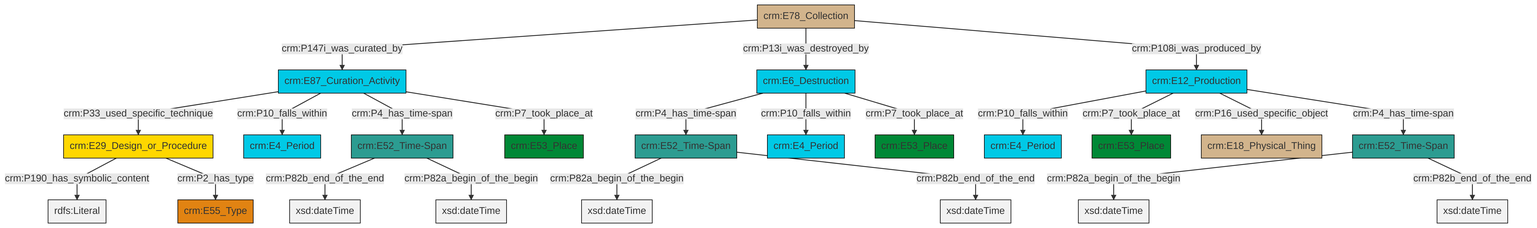
swiss-art-research-net/docs.swissartresearch keeps this Mermaid diagram as et/archivalCSV/ttl/mmd/png/archival_existence.png. Above is the earlier version. Its source is kept beside it as et/archivalCSV/ttl/mmd/archival_existence.ttl.mmd.
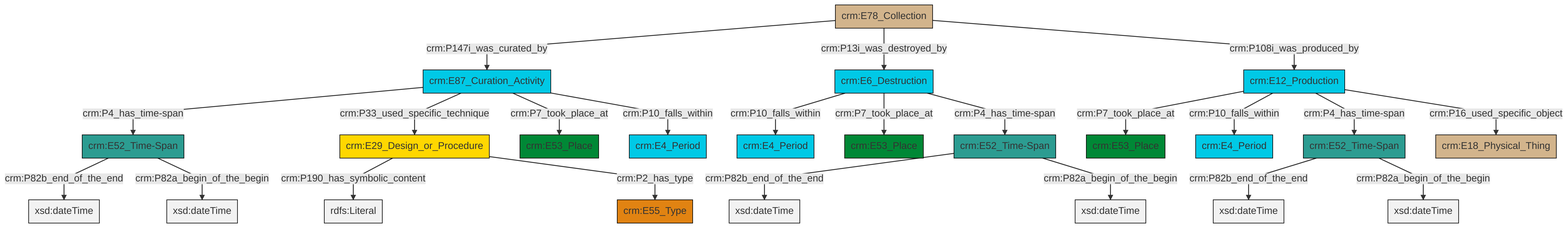
The same diagram one commit later.

The edit, as a diff of the source:
```diff
@@ -13,25 +13,25 @@
 classDef PC_Classes fill:#4ce600, stroke:#000000;
 classDef Multi fill:#cccccc,stroke:#000000;
 
-2["crm:E6_Destruction"]:::Temporal_Entity -->|crm:P4_has_time-span| 3["crm:E52_Time-Span"]:::Time-Span
-4["crm:E52_Time-Span"]:::Time-Span -->|crm:P82a_begin_of_the_begin| 5[xsd:dateTime]:::Literal
-6["crm:E52_Time-Span"]:::Time-Span -->|crm:P82b_end_of_the_end| 7[xsd:dateTime]:::Literal
-3["crm:E52_Time-Span"]:::Time-Span -->|crm:P82a_begin_of_the_begin| 9[xsd:dateTime]:::Literal
-4["crm:E52_Time-Span"]:::Time-Span -->|crm:P82b_end_of_the_end| 12[xsd:dateTime]:::Literal
-16["crm:E87_Curation_Activity"]:::Temporal_Entity -->|crm:P33_used_specific_technique| 17["crm:E29_Design_or_Procedure"]:::Conceptual_Object
-20["crm:E78_Collection"]:::Physical_Thing -->|crm:P147i_was_curated_by| 16["crm:E87_Curation_Activity"]:::Temporal_Entity
-16["crm:E87_Curation_Activity"]:::Temporal_Entity -->|crm:P10_falls_within| 21["crm:E4_Period"]:::Temporal_Entity
-3["crm:E52_Time-Span"]:::Time-Span -->|crm:P82b_end_of_the_end| 23[xsd:dateTime]:::Literal
-16["crm:E87_Curation_Activity"]:::Temporal_Entity -->|crm:P4_has_time-span| 6["crm:E52_Time-Span"]:::Time-Span
-20["crm:E78_Collection"]:::Physical_Thing -->|crm:P13i_was_destroyed_by| 2["crm:E6_Destruction"]:::Temporal_Entity
-2["crm:E6_Destruction"]:::Temporal_Entity -->|crm:P10_falls_within| 18["crm:E4_Period"]:::Temporal_Entity
-2["crm:E6_Destruction"]:::Temporal_Entity -->|crm:P7_took_place_at| 24["crm:E53_Place"]:::Place
-6["crm:E52_Time-Span"]:::Time-Span -->|crm:P82a_begin_of_the_begin| 30[xsd:dateTime]:::Literal
-17["crm:E29_Design_or_Procedure"]:::Conceptual_Object -->|crm:P190_has_symbolic_content| 33[rdfs:Literal]:::Literal
-17["crm:E29_Design_or_Procedure"]:::Conceptual_Object -->|crm:P2_has_type| 10["crm:E55_Type"]:::Type
-13["crm:E12_Production"]:::Temporal_Entity -->|crm:P10_falls_within| 26["crm:E4_Period"]:::Temporal_Entity
-13["crm:E12_Production"]:::Temporal_Entity -->|crm:P7_took_place_at| 34["crm:E53_Place"]:::Place
-13["crm:E12_Production"]:::Temporal_Entity -->|crm:P16_used_specific_object| 31["crm:E18_Physical_Thing"]:::Physical_Thing
-16["crm:E87_Curation_Activity"]:::Temporal_Entity -->|crm:P7_took_place_at| 0["crm:E53_Place"]:::Place
-13["crm:E12_Production"]:::Temporal_Entity -->|crm:P4_has_time-span| 4["crm:E52_Time-Span"]:::Time-Span
-20["crm:E78_Collection"]:::Physical_Thing -->|crm:P108i_was_produced_by| 13["crm:E12_Production"]:::Temporal_Entity
+0["crm:E12_Production"]:::Temporal_Entity -->|crm:P7_took_place_at| 1["crm:E53_Place"]:::Place
+2["crm:E29_Design_or_Procedure"]:::Conceptual_Object -->|crm:P190_has_symbolic_content| 4[rdfs:Literal]:::Literal
+5["crm:E6_Destruction"]:::Temporal_Entity -->|crm:P10_falls_within| 7["crm:E4_Period"]:::Temporal_Entity
+14["crm:E78_Collection"]:::Physical_Thing -->|crm:P147i_was_curated_by| 15["crm:E87_Curation_Activity"]:::Temporal_Entity
+18["crm:E52_Time-Span"]:::Time-Span -->|crm:P82b_end_of_the_end| 19[xsd:dateTime]:::Literal
+0["crm:E12_Production"]:::Temporal_Entity -->|crm:P10_falls_within| 20["crm:E4_Period"]:::Temporal_Entity
+0["crm:E12_Production"]:::Temporal_Entity -->|crm:P4_has_time-span| 10["crm:E52_Time-Span"]:::Time-Span
+14["crm:E78_Collection"]:::Physical_Thing -->|crm:P13i_was_destroyed_by| 5["crm:E6_Destruction"]:::Temporal_Entity
+5["crm:E6_Destruction"]:::Temporal_Entity -->|crm:P7_took_place_at| 21["crm:E53_Place"]:::Place
+18["crm:E52_Time-Span"]:::Time-Span -->|crm:P82a_begin_of_the_begin| 22[xsd:dateTime]:::Literal
+5["crm:E6_Destruction"]:::Temporal_Entity -->|crm:P4_has_time-span| 8["crm:E52_Time-Span"]:::Time-Span
+8["crm:E52_Time-Span"]:::Time-Span -->|crm:P82b_end_of_the_end| 26[xsd:dateTime]:::Literal
+14["crm:E78_Collection"]:::Physical_Thing -->|crm:P108i_was_produced_by| 0["crm:E12_Production"]:::Temporal_Entity
+8["crm:E52_Time-Span"]:::Time-Span -->|crm:P82a_begin_of_the_begin| 30[xsd:dateTime]:::Literal
+10["crm:E52_Time-Span"]:::Time-Span -->|crm:P82b_end_of_the_end| 34[xsd:dateTime]:::Literal
+15["crm:E87_Curation_Activity"]:::Temporal_Entity -->|crm:P4_has_time-span| 18["crm:E52_Time-Span"]:::Time-Span
+15["crm:E87_Curation_Activity"]:::Temporal_Entity -->|crm:P33_used_specific_technique| 2["crm:E29_Design_or_Procedure"]:::Conceptual_Object
+15["crm:E87_Curation_Activity"]:::Temporal_Entity -->|crm:P7_took_place_at| 32["crm:E53_Place"]:::Place
+2["crm:E29_Design_or_Procedure"]:::Conceptual_Object -->|crm:P2_has_type| 27["crm:E55_Type"]:::Type
+10["crm:E52_Time-Span"]:::Time-Span -->|crm:P82a_begin_of_the_begin| 36[xsd:dateTime]:::Literal
+15["crm:E87_Curation_Activity"]:::Temporal_Entity -->|crm:P10_falls_within| 12["crm:E4_Period"]:::Temporal_Entity
+0["crm:E12_Production"]:::Temporal_Entity -->|crm:P16_used_specific_object| 23["crm:E18_Physical_Thing"]:::Physical_Thing
```
